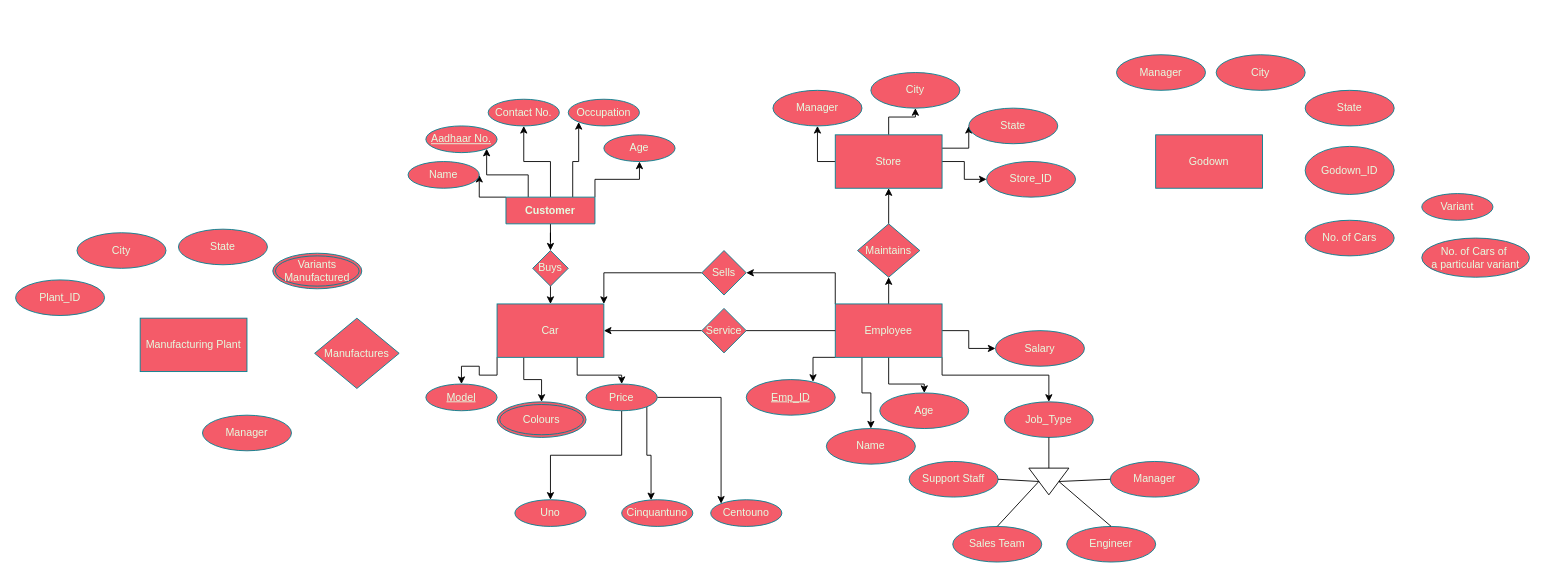
This is Untitled Diagram.drawio from navneetnair7/DBMS, a draw.io file, before an edit. Source tidied: cells renumbered, new cells numbered last; positions are measured from the earlier drawing's top-left corner, leaving out a move shared by most shapes. Both pictures are drawn from the tidied source at 89%, with x=0, y=0 at pixel (15, 54).
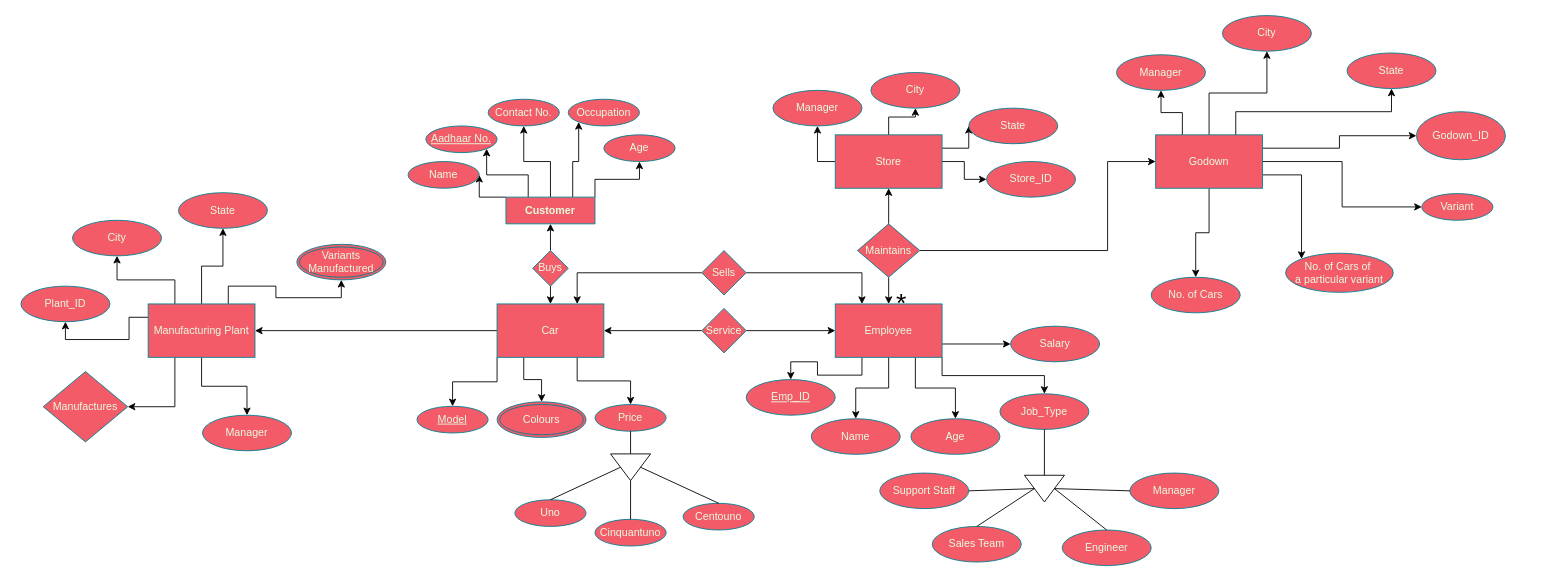
After the change.

Unchanged cells that the change refers to:
```xml
<mxCell id="8" value="Customer" style="shape=table;startSize=30;childLayout=tableLayout;rowLines=0;fontStyle=1;align=center;fillColor=#F45B69;strokeColor=#028090;fontColor=#E4FDE1;" parent="1" vertex="1" collapsed="1">
  <mxGeometry x="551" y="160" width="100" height="30" as="geometry" />
</mxCell>
<mxCell id="12" value="Car" style="rounded=0;whiteSpace=wrap;html=1;fillColor=#F45B69;strokeColor=#028090;fontColor=#E4FDE1;" parent="1" vertex="1">
  <mxGeometry x="541" y="280" width="120" height="60" as="geometry" />
</mxCell>
<mxCell id="20" value="Employee" style="rounded=0;whiteSpace=wrap;html=1;fillColor=#F45B69;strokeColor=#028090;fontColor=#E4FDE1;" parent="1" vertex="1">
  <mxGeometry x="921" y="280" width="120" height="60" as="geometry" />
</mxCell>
<mxCell id="27" value="Buys" style="rhombus;whiteSpace=wrap;html=1;fillColor=#F45B69;strokeColor=#028090;fontColor=#E4FDE1;" parent="1" vertex="1">
  <mxGeometry x="581" y="220" width="40" height="40" as="geometry" />
</mxCell>
<mxCell id="29" value="Service" style="rhombus;whiteSpace=wrap;html=1;fillColor=#F45B69;strokeColor=#028090;fontColor=#E4FDE1;" parent="1" vertex="1">
  <mxGeometry x="771" y="285" width="50" height="50" as="geometry" />
</mxCell>
<mxCell id="31" value="Sells" style="rhombus;whiteSpace=wrap;html=1;fillColor=#F45B69;strokeColor=#028090;fontColor=#E4FDE1;" parent="1" vertex="1">
  <mxGeometry x="771" y="220" width="50" height="50" as="geometry" />
</mxCell>
<mxCell id="33" value="Maintains" style="rhombus;whiteSpace=wrap;html=1;fillColor=#F45B69;strokeColor=#028090;fontColor=#E4FDE1;" parent="1" vertex="1">
  <mxGeometry x="946" y="190" width="70" height="60" as="geometry" />
</mxCell>
<mxCell id="49" value="Emp_ID" style="ellipse;whiteSpace=wrap;html=1;align=center;fontStyle=4;strokeColor=#028090;fontColor=#E4FDE1;fillColor=#F45B69;" parent="1" vertex="1">
  <mxGeometry x="821" y="365" width="100" height="40" as="geometry" />
</mxCell>
<mxCell id="58" value="Uno" style="ellipse;whiteSpace=wrap;html=1;strokeColor=#028090;fontColor=#E4FDE1;fillColor=#F45B69;" parent="1" vertex="1">
  <mxGeometry x="561" y="500" width="80" height="30" as="geometry" />
</mxCell>
<mxCell id="62" value="Godown" style="rounded=0;whiteSpace=wrap;html=1;fillColor=#F45B69;strokeColor=#028090;fontColor=#E4FDE1;" parent="1" vertex="1">
  <mxGeometry x="1281" y="90" width="120" height="60" as="geometry" />
</mxCell>
<mxCell id="63" value="Variant" style="ellipse;whiteSpace=wrap;html=1;strokeColor=#028090;fontColor=#E4FDE1;fillColor=#F45B69;" parent="1" vertex="1">
  <mxGeometry x="1580" y="156" width="80" height="30" as="geometry" />
</mxCell>
<mxCell id="64" value="Manager" style="ellipse;whiteSpace=wrap;html=1;align=center;strokeColor=#028090;fontColor=#E4FDE1;fillColor=#F45B69;" parent="1" vertex="1">
  <mxGeometry x="1237" width="100" height="40" as="geometry" />
</mxCell>
<mxCell id="76" value="Manager" style="ellipse;whiteSpace=wrap;html=1;align=center;strokeColor=#028090;fontColor=#E4FDE1;fillColor=#F45B69;" parent="1" vertex="1">
  <mxGeometry x="210" y="405" width="100" height="40" as="geometry" />
</mxCell>
```

Change to the diagram source:
```diff
@@
-    <mxCell id="7" style="edgeStyle=orthogonalEdgeStyle;rounded=0;jettySize=auto;html=1;" parent="1" edge="1" source="8" target="27">
-      <mxGeometry relative="1" as="geometry" />
-    </mxCell>
@@
+    <mxCell id="83" style="edgeStyle=orthogonalEdgeStyle;rounded=0;jettySize=auto;html=1;exitX=0;exitY=0.5;exitDx=0;exitDy=0;entryX=1;entryY=0.5;entryDx=0;entryDy=0;elbow=vertical;" parent="1" edge="1" source="12" target="70">
+      <mxGeometry relative="1" as="geometry" />
+    </mxCell>
@@
-    <mxCell id="13" style="edgeStyle=orthogonalEdgeStyle;rounded=0;jettySize=auto;html=1;exitX=0.5;exitY=0;exitDx=0;exitDy=0;entryX=0.5;entryY=1;entryDx=0;entryDy=0;" parent="1" edge="1" source="20" target="33">
-      <mxGeometry relative="1" as="geometry" />
-    </mxCell>
-    <mxCell id="14" style="edgeStyle=orthogonalEdgeStyle;rounded=0;jettySize=auto;html=1;exitX=0;exitY=1;exitDx=0;exitDy=0;entryX=0.75;entryY=0.063;entryDx=0;entryDy=0;entryPerimeter=0;" parent="1" edge="1" source="20" target="49">
+    <mxCell id="14" style="edgeStyle=orthogonalEdgeStyle;rounded=0;jettySize=auto;html=1;exitX=0.25;exitY=1;exitDx=0;exitDy=0;entryX=0.5;entryY=0;entryDx=0;entryDy=0;elbow=vertical;" parent="1" edge="1" source="20" target="49">
       <mxGeometry relative="1" as="geometry" />
     </mxCell>
-    <mxCell id="15" style="edgeStyle=orthogonalEdgeStyle;rounded=0;jettySize=auto;html=1;exitX=0.25;exitY=1;exitDx=0;exitDy=0;" parent="1" edge="1" source="20" target="50">
+    <mxCell id="15" style="edgeStyle=orthogonalEdgeStyle;rounded=0;jettySize=auto;html=1;exitX=0.5;exitY=1;exitDx=0;exitDy=0;elbow=vertical;" parent="1" edge="1" source="20" target="50">
       <mxGeometry relative="1" as="geometry" />
     </mxCell>
-    <mxCell id="16" style="edgeStyle=orthogonalEdgeStyle;rounded=0;jettySize=auto;html=1;exitX=0.5;exitY=1;exitDx=0;exitDy=0;entryX=0.5;entryY=0;entryDx=0;entryDy=0;" parent="1" edge="1" source="20" target="51">
-      <mxGeometry relative="1" as="geometry">
-        <Array as="points">
-          <mxPoint x="981" y="370" />
-        </Array>
-      </mxGeometry>
+    <mxCell id="16" style="edgeStyle=orthogonalEdgeStyle;rounded=0;jettySize=auto;html=1;exitX=0.75;exitY=1;exitDx=0;exitDy=0;entryX=0.5;entryY=0;entryDx=0;entryDy=0;elbow=vertical;" parent="1" edge="1" source="20" target="51">
+      <mxGeometry relative="1" as="geometry" />
     </mxCell>
-    <mxCell id="17" style="edgeStyle=orthogonalEdgeStyle;rounded=0;jettySize=auto;html=1;exitX=1;exitY=0.5;exitDx=0;exitDy=0;entryX=0;entryY=0.5;entryDx=0;entryDy=0;" parent="1" edge="1" source="20" target="52">
+    <mxCell id="17" style="edgeStyle=orthogonalEdgeStyle;rounded=0;jettySize=auto;html=1;exitX=1;exitY=0.75;exitDx=0;exitDy=0;entryX=0;entryY=0.5;entryDx=0;entryDy=0;elbow=vertical;" parent="1" edge="1" source="20" target="52">
       <mxGeometry relative="1" as="geometry" />
     </mxCell>
-    <mxCell id="18" style="edgeStyle=orthogonalEdgeStyle;rounded=0;jettySize=auto;html=1;exitX=1;exitY=1;exitDx=0;exitDy=0;entryX=0.5;entryY=0;entryDx=0;entryDy=0;" parent="1" edge="1" source="20" target="53">
-      <mxGeometry relative="1" as="geometry">
-        <Array as="points">
-          <mxPoint x="1041" y="360" />
-          <mxPoint x="1161" y="360" />
-        </Array>
-      </mxGeometry>
+    <mxCell id="18" style="edgeStyle=orthogonalEdgeStyle;rounded=0;jettySize=auto;html=1;exitX=1;exitY=1;exitDx=0;exitDy=0;entryX=0.5;entryY=0;entryDx=0;entryDy=0;elbow=vertical;" parent="1" edge="1" source="20" target="53">
+      <mxGeometry relative="1" as="geometry" />
     </mxCell>
-    <mxCell id="19" style="edgeStyle=orthogonalEdgeStyle;rounded=0;jettySize=auto;html=1;exitX=0;exitY=0;exitDx=0;exitDy=0;entryX=1;entryY=0.5;entryDx=0;entryDy=0;" parent="1" edge="1" source="20" target="31">
-      <mxGeometry relative="1" as="geometry" />
-    </mxCell>
@@
+    <mxCell id="84" style="edgeStyle=orthogonalEdgeStyle;rounded=0;jettySize=auto;html=1;exitX=0.5;exitY=0;exitDx=0;exitDy=0;entryX=0.5;entryY=1;entryDx=0;entryDy=0;elbow=vertical;" parent="1" edge="1" source="27" target="8">
+      <mxGeometry relative="1" as="geometry" />
+    </mxCell>
-    <mxCell id="26" style="edgeStyle=orthogonalEdgeStyle;rounded=0;jettySize=auto;html=1;exitX=0.5;exitY=1;exitDx=0;exitDy=0;entryX=0.5;entryY=0;entryDx=0;entryDy=0;" parent="1" edge="1" source="27" target="12">
+    <mxCell id="26" style="edgeStyle=orthogonalEdgeStyle;rounded=0;jettySize=auto;html=1;exitX=0.5;exitY=1;exitDx=0;exitDy=0;entryX=0.5;entryY=0;entryDx=0;entryDy=0;elbow=vertical;" parent="1" edge="1" source="27" target="12">
       <mxGeometry relative="1" as="geometry" />
     </mxCell>
@@
+    <mxCell id="85" style="edgeStyle=orthogonalEdgeStyle;rounded=0;jettySize=auto;html=1;exitX=1;exitY=0.5;exitDx=0;exitDy=0;entryX=0;entryY=0.5;entryDx=0;entryDy=0;elbow=vertical;" parent="1" edge="1" source="29" target="20">
+      <mxGeometry relative="1" as="geometry" />
+    </mxCell>
-    <mxCell id="28" style="edgeStyle=orthogonalEdgeStyle;rounded=0;jettySize=auto;html=1;exitX=0;exitY=0.5;exitDx=0;exitDy=0;entryX=1;entryY=0.5;entryDx=0;entryDy=0;" parent="1" edge="1" source="29" target="12">
+    <mxCell id="28" style="edgeStyle=orthogonalEdgeStyle;rounded=0;jettySize=auto;html=1;exitX=0;exitY=0.5;exitDx=0;exitDy=0;entryX=1;entryY=0.5;entryDx=0;entryDy=0;elbow=vertical;" parent="1" edge="1" source="29" target="12">
       <mxGeometry relative="1" as="geometry" />
     </mxCell>
@@
-    <mxCell id="30" style="edgeStyle=orthogonalEdgeStyle;rounded=0;jettySize=auto;html=1;exitX=0;exitY=0.5;exitDx=0;exitDy=0;entryX=1;entryY=0;entryDx=0;entryDy=0;" parent="1" edge="1" source="31" target="12">
+    <mxCell id="30" style="edgeStyle=orthogonalEdgeStyle;rounded=0;jettySize=auto;html=1;exitX=0;exitY=0.5;exitDx=0;exitDy=0;entryX=0.75;entryY=0;entryDx=0;entryDy=0;elbow=vertical;" parent="1" edge="1" source="31" target="12">
       <mxGeometry relative="1" as="geometry" />
     </mxCell>
+    <mxCell id="86" style="edgeStyle=orthogonalEdgeStyle;rounded=0;jettySize=auto;html=1;exitX=1;exitY=0.5;exitDx=0;exitDy=0;entryX=0.25;entryY=0;entryDx=0;entryDy=0;elbow=vertical;" parent="1" edge="1" source="31" target="20">
+      <mxGeometry relative="1" as="geometry" />
+    </mxCell>
@@
+    <mxCell id="87" style="edgeStyle=orthogonalEdgeStyle;rounded=0;jettySize=auto;html=1;exitX=0.5;exitY=1;exitDx=0;exitDy=0;entryX=0.5;entryY=0;entryDx=0;entryDy=0;elbow=vertical;" parent="1" edge="1" source="33" target="20">
+      <mxGeometry relative="1" as="geometry" />
+    </mxCell>
+    <mxCell id="88" style="edgeStyle=orthogonalEdgeStyle;rounded=0;jettySize=auto;html=1;exitX=1;exitY=0.5;exitDx=0;exitDy=0;entryX=0;entryY=0.5;entryDx=0;entryDy=0;elbow=vertical;" parent="1" edge="1" source="33" target="62">
+      <mxGeometry relative="1" as="geometry">
+        <Array as="points">
+          <mxPoint x="1227" y="220" />
+          <mxPoint x="1227" y="120" />
+        </Array>
+      </mxGeometry>
+    </mxCell>
@@
     <mxCell id="39" value="&lt;u&gt;Model&lt;/u&gt;" style="ellipse;whiteSpace=wrap;html=1;strokeColor=#028090;fontColor=#E4FDE1;fillColor=#F45B69;" parent="1" vertex="1">
-      <mxGeometry x="461" y="370" width="80" height="30" as="geometry" />
+      <mxGeometry x="451" y="395" width="80" height="30" as="geometry" />
     </mxCell>
@@
-    <mxCell id="41" style="edgeStyle=orthogonalEdgeStyle;rounded=0;jettySize=auto;html=1;exitX=0.5;exitY=1;exitDx=0;exitDy=0;entryX=0.5;entryY=0;entryDx=0;entryDy=0;" parent="1" edge="1" source="44" target="58">
-      <mxGeometry relative="1" as="geometry" />
-    </mxCell>
-    <mxCell id="42" style="edgeStyle=orthogonalEdgeStyle;rounded=0;jettySize=auto;html=1;exitX=1;exitY=1;exitDx=0;exitDy=0;entryX=0.413;entryY=0.017;entryDx=0;entryDy=0;entryPerimeter=0;" parent="1" edge="1" source="44" target="60">
-      <mxGeometry relative="1" as="geometry" />
-    </mxCell>
-    <mxCell id="43" style="edgeStyle=orthogonalEdgeStyle;rounded=0;jettySize=auto;html=1;exitX=1;exitY=0.5;exitDx=0;exitDy=0;entryX=0;entryY=0;entryDx=0;entryDy=0;" parent="1" edge="1" source="44" target="59">
-      <mxGeometry relative="1" as="geometry" />
-    </mxCell>
     <mxCell id="44" value="Price" style="ellipse;whiteSpace=wrap;html=1;strokeColor=#028090;fontColor=#E4FDE1;fillColor=#F45B69;" parent="1" vertex="1">
-      <mxGeometry x="641" y="370" width="80" height="30" as="geometry" />
+      <mxGeometry x="651" y="393" width="80" height="30" as="geometry" />
     </mxCell>
@@
     <mxCell id="50" value="Name" style="ellipse;whiteSpace=wrap;html=1;align=center;strokeColor=#028090;fontColor=#E4FDE1;fillColor=#F45B69;" parent="1" vertex="1">
-      <mxGeometry x="911" y="420" width="100" height="40" as="geometry" />
+      <mxGeometry x="894" y="409" width="100" height="40" as="geometry" />
     </mxCell>
     <mxCell id="51" value="Age" style="ellipse;whiteSpace=wrap;html=1;align=center;strokeColor=#028090;fontColor=#E4FDE1;fillColor=#F45B69;" parent="1" vertex="1">
-      <mxGeometry x="971" y="380" width="100" height="40" as="geometry" />
+      <mxGeometry x="1006" y="409" width="100" height="40" as="geometry" />
     </mxCell>
     <mxCell id="52" value="Salary" style="ellipse;whiteSpace=wrap;html=1;align=center;strokeColor=#028090;fontColor=#E4FDE1;fillColor=#F45B69;" parent="1" vertex="1">
-      <mxGeometry x="1101" y="310" width="100" height="40" as="geometry" />
+      <mxGeometry x="1118" y="305" width="100" height="40" as="geometry" />
     </mxCell>
     <mxCell id="53" value="Job_Type" style="ellipse;whiteSpace=wrap;html=1;align=center;strokeColor=#028090;fontColor=#E4FDE1;fillColor=#F45B69;" parent="1" vertex="1">
-      <mxGeometry x="1111" y="390" width="100" height="40" as="geometry" />
+      <mxGeometry x="1106" y="381" width="100" height="40" as="geometry" />
     </mxCell>
     <mxCell id="54" value="Support Staff" style="ellipse;whiteSpace=wrap;html=1;align=center;strokeColor=#028090;fontColor=#E4FDE1;fillColor=#F45B69;" parent="1" vertex="1">
-      <mxGeometry x="1004" y="457" width="100" height="40" as="geometry" />
+      <mxGeometry x="971" y="470" width="100" height="40" as="geometry" />
     </mxCell>
     <mxCell id="55" value="Sales Team" style="ellipse;whiteSpace=wrap;html=1;align=center;strokeColor=#028090;fontColor=#E4FDE1;fillColor=#F45B69;" parent="1" vertex="1">
-      <mxGeometry x="1053" y="530" width="100" height="40" as="geometry" />
+      <mxGeometry x="1030" y="530" width="100" height="40" as="geometry" />
     </mxCell>
     <mxCell id="56" value="Engineer" style="ellipse;whiteSpace=wrap;html=1;align=center;strokeColor=#028090;fontColor=#E4FDE1;fillColor=#F45B69;" parent="1" vertex="1">
-      <mxGeometry x="1181" y="530" width="100" height="40" as="geometry" />
+      <mxGeometry x="1176" y="534" width="100" height="40" as="geometry" />
     </mxCell>
     <mxCell id="57" value="Manager" style="ellipse;whiteSpace=wrap;html=1;align=center;strokeColor=#028090;fontColor=#E4FDE1;fillColor=#F45B69;" parent="1" vertex="1">
-      <mxGeometry x="1230" y="457" width="100" height="40" as="geometry" />
+      <mxGeometry x="1252" y="470" width="100" height="40" as="geometry" />
     </mxCell>
@@
     <mxCell id="59" value="Cento­uno" style="ellipse;whiteSpace=wrap;html=1;strokeColor=#028090;fontColor=#E4FDE1;fillColor=#F45B69;" parent="1" vertex="1">
-      <mxGeometry x="781" y="500" width="80" height="30" as="geometry" />
+      <mxGeometry x="750" y="504" width="80" height="30" as="geometry" />
     </mxCell>
     <mxCell id="60" value="Cinquantuno" style="ellipse;whiteSpace=wrap;html=1;strokeColor=#028090;fontColor=#E4FDE1;fillColor=#F45B69;" parent="1" vertex="1">
-      <mxGeometry x="681" y="500" width="80" height="30" as="geometry" />
+      <mxGeometry x="651" y="522" width="80" height="30" as="geometry" />
     </mxCell>
-    <mxCell id="61" style="endArrow=none;html=1;rounded=0;" parent="1" edge="1" target="20">
-      <mxGeometry relative="1" as="geometry">
-        <mxPoint x="821" y="310" as="sourcePoint" />
-      </mxGeometry>
-    </mxCell>
+    <mxCell id="89" style="edgeStyle=orthogonalEdgeStyle;rounded=0;jettySize=auto;html=1;exitX=0.25;exitY=0;exitDx=0;exitDy=0;entryX=0.5;entryY=1;entryDx=0;entryDy=0;elbow=vertical;" parent="1" edge="1" source="62" target="64">
+      <mxGeometry relative="1" as="geometry" />
+    </mxCell>
+    <mxCell id="90" style="edgeStyle=orthogonalEdgeStyle;rounded=0;jettySize=auto;html=1;exitX=0.5;exitY=0;exitDx=0;exitDy=0;entryX=0.5;entryY=1;entryDx=0;entryDy=0;elbow=vertical;" parent="1" edge="1" source="62" target="65">
+      <mxGeometry relative="1" as="geometry" />
+    </mxCell>
+    <mxCell id="91" style="edgeStyle=orthogonalEdgeStyle;rounded=0;jettySize=auto;html=1;exitX=0.75;exitY=0;exitDx=0;exitDy=0;entryX=0.5;entryY=1;entryDx=0;entryDy=0;elbow=vertical;" parent="1" edge="1" source="62" target="66">
+      <mxGeometry relative="1" as="geometry" />
+    </mxCell>
+    <mxCell id="92" style="edgeStyle=orthogonalEdgeStyle;rounded=0;jettySize=auto;html=1;exitX=1;exitY=0.25;exitDx=0;exitDy=0;entryX=0;entryY=0.5;entryDx=0;entryDy=0;elbow=vertical;" parent="1" edge="1" source="62" target="67">
+      <mxGeometry relative="1" as="geometry" />
+    </mxCell>
+    <mxCell id="93" style="edgeStyle=orthogonalEdgeStyle;rounded=0;jettySize=auto;html=1;exitX=1;exitY=0.5;exitDx=0;exitDy=0;entryX=0;entryY=0.5;entryDx=0;entryDy=0;elbow=vertical;" parent="1" edge="1" source="62" target="63">
+      <mxGeometry relative="1" as="geometry" />
+    </mxCell>
+    <mxCell id="94" style="edgeStyle=orthogonalEdgeStyle;rounded=0;jettySize=auto;html=1;exitX=1;exitY=0.75;exitDx=0;exitDy=0;entryX=0;entryY=0;entryDx=0;entryDy=0;elbow=vertical;" parent="1" edge="1" source="62" target="69">
+      <mxGeometry relative="1" as="geometry" />
+    </mxCell>
+    <mxCell id="95" style="edgeStyle=orthogonalEdgeStyle;rounded=0;jettySize=auto;html=1;exitX=0.5;exitY=1;exitDx=0;exitDy=0;entryX=0.5;entryY=0;entryDx=0;entryDy=0;elbow=vertical;" parent="1" edge="1" source="62" target="68">
+      <mxGeometry relative="1" as="geometry" />
+    </mxCell>
@@
     <mxCell id="65" value="City" style="ellipse;whiteSpace=wrap;html=1;align=center;strokeColor=#028090;fontColor=#E4FDE1;fillColor=#F45B69;" parent="1" vertex="1">
-      <mxGeometry x="1349" width="100" height="40" as="geometry" />
+      <mxGeometry x="1356" y="-44" width="100" height="40" as="geometry" />
     </mxCell>
     <mxCell id="66" value="State" style="ellipse;whiteSpace=wrap;html=1;align=center;strokeColor=#028090;fontColor=#E4FDE1;fillColor=#F45B69;" parent="1" vertex="1">
-      <mxGeometry x="1449" y="40" width="100" height="40" as="geometry" />
+      <mxGeometry x="1496" y="-2" width="100" height="40" as="geometry" />
     </mxCell>
     <mxCell id="67" value="Godown_ID" style="ellipse;whiteSpace=wrap;html=1;align=center;strokeColor=#028090;fontColor=#E4FDE1;fillColor=#F45B69;" parent="1" vertex="1">
-      <mxGeometry x="1449" y="103" width="100" height="54" as="geometry" />
+      <mxGeometry x="1574" y="64" width="100" height="54" as="geometry" />
     </mxCell>
     <mxCell id="68" value="No. of Cars" style="ellipse;whiteSpace=wrap;html=1;align=center;strokeColor=#028090;fontColor=#E4FDE1;fillColor=#F45B69;" parent="1" vertex="1">
-      <mxGeometry x="1449" y="186" width="100" height="40" as="geometry" />
+      <mxGeometry x="1276" y="250" width="100" height="40" as="geometry" />
     </mxCell>
     <mxCell id="69" value="No. of Cars of&amp;nbsp;&lt;br&gt;a particular variant" style="ellipse;whiteSpace=wrap;html=1;align=center;strokeColor=#028090;fontColor=#E4FDE1;fillColor=#F45B69;" parent="1" vertex="1">
-      <mxGeometry x="1580" y="206" width="121" height="44" as="geometry" />
+      <mxGeometry x="1427" y="223" width="121" height="44" as="geometry" />
     </mxCell>
+    <mxCell id="96" style="edgeStyle=orthogonalEdgeStyle;rounded=0;jettySize=auto;html=1;exitX=0.75;exitY=0;exitDx=0;exitDy=0;entryX=0.5;entryY=1;entryDx=0;entryDy=0;elbow=vertical;" parent="1" edge="1" source="70" target="74">
+      <mxGeometry relative="1" as="geometry" />
+    </mxCell>
+    <mxCell id="97" style="edgeStyle=orthogonalEdgeStyle;rounded=0;jettySize=auto;html=1;exitX=0.5;exitY=0;exitDx=0;exitDy=0;entryX=0.5;entryY=1;entryDx=0;entryDy=0;elbow=vertical;" parent="1" edge="1" source="70" target="73">
+      <mxGeometry relative="1" as="geometry" />
+    </mxCell>
+    <mxCell id="98" style="edgeStyle=orthogonalEdgeStyle;rounded=0;jettySize=auto;html=1;exitX=0.25;exitY=0;exitDx=0;exitDy=0;entryX=0.5;entryY=1;entryDx=0;entryDy=0;elbow=vertical;" parent="1" edge="1" source="70" target="72">
+      <mxGeometry relative="1" as="geometry" />
+    </mxCell>
+    <mxCell id="99" style="edgeStyle=orthogonalEdgeStyle;rounded=0;jettySize=auto;html=1;exitX=0;exitY=0.25;exitDx=0;exitDy=0;entryX=0.5;entryY=1;entryDx=0;entryDy=0;elbow=vertical;" parent="1" edge="1" source="70" target="71">
+      <mxGeometry relative="1" as="geometry" />
+    </mxCell>
+    <mxCell id="100" style="edgeStyle=orthogonalEdgeStyle;rounded=0;jettySize=auto;html=1;exitX=0.5;exitY=1;exitDx=0;exitDy=0;entryX=0.5;entryY=0;entryDx=0;entryDy=0;elbow=vertical;" parent="1" edge="1" source="70" target="76">
+      <mxGeometry relative="1" as="geometry" />
+    </mxCell>
+    <mxCell id="101" style="edgeStyle=orthogonalEdgeStyle;rounded=0;jettySize=auto;html=1;exitX=0.25;exitY=1;exitDx=0;exitDy=0;entryX=1;entryY=0.5;entryDx=0;entryDy=0;elbow=vertical;" parent="1" edge="1" source="70" target="75">
+      <mxGeometry relative="1" as="geometry" />
+    </mxCell>
     <mxCell id="70" value="Manufacturing Plant" style="rounded=0;whiteSpace=wrap;html=1;fillColor=#F45B69;strokeColor=#028090;fontColor=#E4FDE1;" parent="1" vertex="1">
-      <mxGeometry x="140" y="296" width="120" height="60" as="geometry" />
+      <mxGeometry x="149" y="280" width="120" height="60" as="geometry" />
     </mxCell>
     <mxCell id="71" value="Plant_ID" style="ellipse;whiteSpace=wrap;html=1;align=center;strokeColor=#028090;fontColor=#E4FDE1;fillColor=#F45B69;" parent="1" vertex="1">
-      <mxGeometry y="253" width="100" height="40" as="geometry" />
+      <mxGeometry x="6" y="260" width="100" height="40" as="geometry" />
     </mxCell>
     <mxCell id="72" value="City" style="ellipse;whiteSpace=wrap;html=1;align=center;strokeColor=#028090;fontColor=#E4FDE1;fillColor=#F45B69;" parent="1" vertex="1">
-      <mxGeometry x="69" y="200" width="100" height="40" as="geometry" />
+      <mxGeometry x="64" y="186" width="100" height="40" as="geometry" />
     </mxCell>
     <mxCell id="73" value="State" style="ellipse;whiteSpace=wrap;html=1;align=center;strokeColor=#028090;fontColor=#E4FDE1;fillColor=#F45B69;" parent="1" vertex="1">
-      <mxGeometry x="183" y="196" width="100" height="40" as="geometry" />
+      <mxGeometry x="183" y="155" width="100" height="40" as="geometry" />
     </mxCell>
     <mxCell id="74" value="Variants Manufactured" style="ellipse;shape=doubleEllipse;margin=3;whiteSpace=wrap;html=1;align=center;strokeColor=#028090;fontColor=#E4FDE1;fillColor=#F45B69;" parent="1" vertex="1">
-      <mxGeometry x="289" y="223" width="100" height="40" as="geometry" />
+      <mxGeometry x="316" y="213" width="100" height="40" as="geometry" />
     </mxCell>
     <mxCell id="75" value="Manufactures" style="rhombus;whiteSpace=wrap;html=1;fillColor=#F45B69;strokeColor=#028090;fontColor=#E4FDE1;" parent="1" vertex="1">
-      <mxGeometry x="336" y="296" width="95" height="79" as="geometry" />
+      <mxGeometry x="31" y="356" width="95" height="79" as="geometry" />
     </mxCell>
@@
     <mxCell id="77" style="triangle;whiteSpace=wrap;html=1;rotation=90;" parent="1" vertex="1">
-      <mxGeometry x="1146" y="457" width="30" height="45" as="geometry" />
+      <mxGeometry x="1141" y="465" width="30" height="45" as="geometry" />
     </mxCell>
@@
+    <mxCell id="102" style="triangle;whiteSpace=wrap;html=1;rotation=90;" parent="1" vertex="1">
+      <mxGeometry x="676" y="441" width="30" height="45" as="geometry" />
+    </mxCell>
+    <mxCell id="103" style="endArrow=none;html=1;rounded=0;entryX=0.5;entryY=0;entryDx=0;entryDy=0;exitX=0.5;exitY=0;exitDx=0;exitDy=0;" parent="1" edge="1" source="59" target="102">
+      <mxGeometry relative="1" as="geometry" />
+    </mxCell>
+    <mxCell id="104" style="endArrow=none;html=1;rounded=0;entryX=1;entryY=0.5;entryDx=0;entryDy=0;exitX=0.5;exitY=0;exitDx=0;exitDy=0;" parent="1" edge="1" source="60" target="102">
+      <mxGeometry relative="1" as="geometry" />
+    </mxCell>
+    <mxCell id="105" style="endArrow=none;html=1;rounded=0;entryX=0.5;entryY=1;entryDx=0;entryDy=0;exitX=0;exitY=0.5;exitDx=0;exitDy=0;" parent="1" edge="1" source="102" target="44">
+      <mxGeometry relative="1" as="geometry" />
+    </mxCell>
+    <mxCell id="106" style="endArrow=none;html=1;rounded=0;entryX=0.5;entryY=1;entryDx=0;entryDy=0;exitX=0.5;exitY=0;exitDx=0;exitDy=0;" parent="1" edge="1" source="58" target="102">
+      <mxGeometry relative="1" as="geometry" />
+    </mxCell>
+    <mxCell id="107" value="*" style="text;html=1;strokeColor=none;fillColor=none;align=center;verticalAlign=middle;whiteSpace=wrap;rounded=0;fontSize=30;" parent="1" vertex="1">
+      <mxGeometry x="971" y="263" width="49" height="29" as="geometry" />
+    </mxCell>
```
